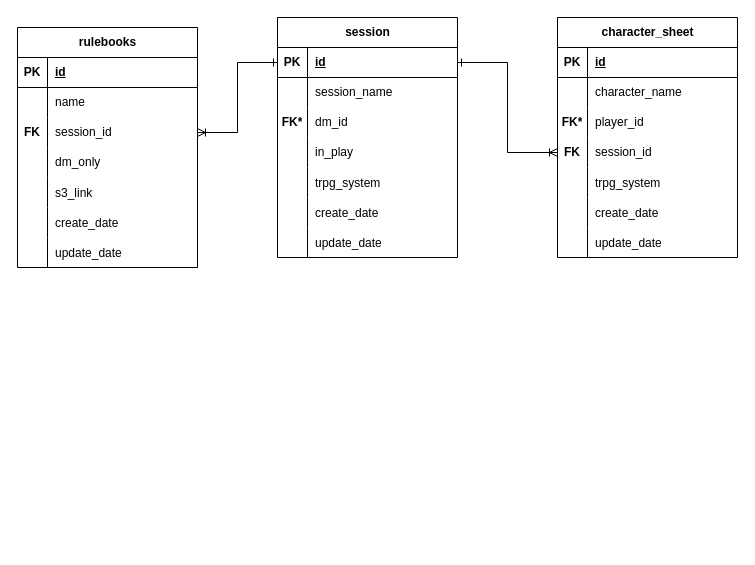
This is page "RPGTracker - Core" (1 of 5) of databasemodel.drawio from hannaBanannaOF/hbsites-architecture, a draw.io file, before an edit. Source tidied: cells renumbered, new cells numbered last; positions are measured from the earlier drawing's top-left corner, leaving out a move shared by most shapes. Both pictures are drawn from the tidied source at 100%, with x=0, y=0 at pixel (17, 17).
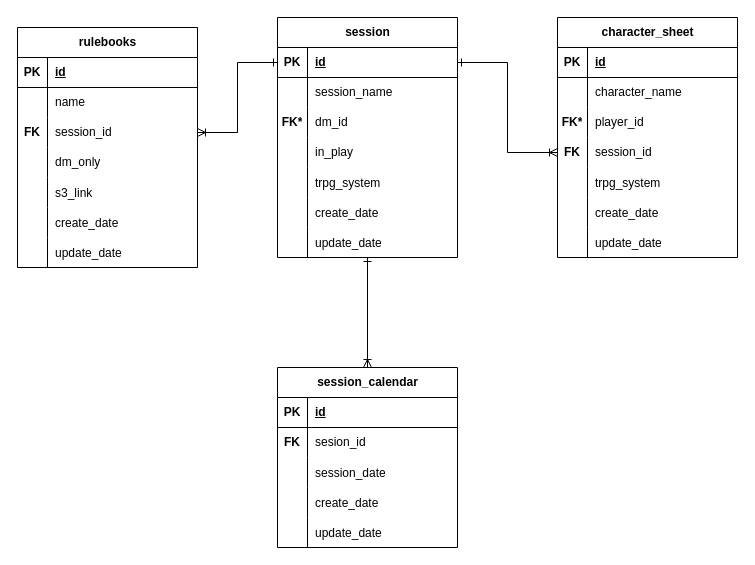
After the change.

The change refers to these unchanged cells:
```xml
<mxCell id="2" value="session" style="shape=table;startSize=30;childLayout=tableLayout;rowLines=0;fontStyle=1;align=center;html=1;" parent="1" vertex="1">
  <mxGeometry x="260" width="180" height="240" as="geometry" />
</mxCell>
```

Diff of the diagram source:
```diff
@@
+    <mxCell id="70" style="edgeStyle=orthogonalEdgeStyle;rounded=0;jettySize=auto;html=1;entryX=0.5;entryY=0;entryDx=0;entryDy=0;endArrow=ERoneToMany;endFill=0;startArrow=ERone;startFill=0;" parent="1" edge="1" source="2" target="71">
+      <mxGeometry relative="1" as="geometry" />
+    </mxCell>
@@
+    <mxCell id="71" value="session_calendar" style="shape=table;startSize=30;childLayout=tableLayout;rowLines=0;fontStyle=1;align=center;html=1;" parent="1" vertex="1">
+      <mxGeometry x="260" y="350" width="180" height="180" as="geometry" />
+    </mxCell>
+    <mxCell id="72" style="shape=tableRow;horizontal=0;startSize=0;swimlaneHead=0;swimlaneBody=0;fillColor=none;top=0;left=0;right=0;bottom=1;" parent="71" vertex="1">
+      <mxGeometry y="30" width="180" height="30" as="geometry" />
+    </mxCell>
+    <mxCell id="73" value="PK" style="shape=partialRectangle;fillColor=none;top=0;left=0;bottom=0;right=0;fontStyle=1;overflow=hidden;whiteSpace=wrap;html=1;" parent="72" vertex="1">
+      <mxGeometry width="30" height="30" as="geometry" />
+    </mxCell>
+    <mxCell id="74" value="id" style="shape=partialRectangle;fillColor=none;top=0;left=0;bottom=0;right=0;align=left;spacingLeft=6;fontStyle=5;overflow=hidden;whiteSpace=wrap;html=1;" parent="72" vertex="1">
+      <mxGeometry x="30" width="150" height="30" as="geometry" />
+    </mxCell>
+    <mxCell id="75" style="shape=tableRow;horizontal=0;startSize=0;swimlaneHead=0;swimlaneBody=0;fillColor=none;top=0;left=0;right=0;bottom=0;" parent="71" vertex="1">
+      <mxGeometry y="60" width="180" height="30" as="geometry" />
+    </mxCell>
+    <mxCell id="76" value="&lt;b&gt;FK&lt;/b&gt;" style="shape=partialRectangle;fillColor=none;top=0;left=0;bottom=0;right=0;overflow=hidden;whiteSpace=wrap;html=1;" parent="75" vertex="1">
+      <mxGeometry width="30" height="30" as="geometry" />
+    </mxCell>
+    <mxCell id="77" value="sesion_id" style="shape=partialRectangle;fillColor=none;top=0;left=0;bottom=0;right=0;align=left;spacingLeft=6;overflow=hidden;whiteSpace=wrap;html=1;" parent="75" vertex="1">
+      <mxGeometry x="30" width="150" height="30" as="geometry" />
+    </mxCell>
+    <mxCell id="78" style="shape=tableRow;horizontal=0;startSize=0;swimlaneHead=0;swimlaneBody=0;fillColor=none;top=0;left=0;right=0;bottom=0;" parent="71" vertex="1">
+      <mxGeometry y="90" width="180" height="30" as="geometry" />
+    </mxCell>
+    <mxCell id="79" style="shape=partialRectangle;fillColor=none;top=0;left=0;bottom=0;right=0;overflow=hidden;" parent="78" vertex="1">
+      <mxGeometry width="30" height="30" as="geometry" />
+    </mxCell>
+    <mxCell id="80" value="session_date" style="shape=partialRectangle;fillColor=none;top=0;left=0;bottom=0;right=0;align=left;spacingLeft=6;overflow=hidden;" parent="78" vertex="1">
+      <mxGeometry x="30" width="150" height="30" as="geometry" />
+    </mxCell>
+    <mxCell id="81" style="shape=tableRow;horizontal=0;startSize=0;swimlaneHead=0;swimlaneBody=0;fillColor=none;top=0;left=0;right=0;bottom=0;" parent="71" vertex="1">
+      <mxGeometry y="120" width="180" height="30" as="geometry" />
+    </mxCell>
+    <mxCell id="82" style="shape=partialRectangle;fillColor=none;top=0;left=0;bottom=0;right=0;overflow=hidden;" parent="81" vertex="1">
+      <mxGeometry width="30" height="30" as="geometry" />
+    </mxCell>
+    <mxCell id="83" value="create_date" style="shape=partialRectangle;fillColor=none;top=0;left=0;bottom=0;right=0;align=left;spacingLeft=6;overflow=hidden;" parent="81" vertex="1">
+      <mxGeometry x="30" width="150" height="30" as="geometry" />
+    </mxCell>
+    <mxCell id="84" style="shape=tableRow;horizontal=0;startSize=0;swimlaneHead=0;swimlaneBody=0;fillColor=none;top=0;left=0;right=0;bottom=0;" parent="71" vertex="1">
+      <mxGeometry y="150" width="180" height="30" as="geometry" />
+    </mxCell>
+    <mxCell id="85" style="shape=partialRectangle;fillColor=none;top=0;left=0;bottom=0;right=0;overflow=hidden;" parent="84" vertex="1">
+      <mxGeometry width="30" height="30" as="geometry" />
+    </mxCell>
+    <mxCell id="86" value="update_date" style="shape=partialRectangle;fillColor=none;top=0;left=0;bottom=0;right=0;align=left;spacingLeft=6;overflow=hidden;" parent="84" vertex="1">
+      <mxGeometry x="30" width="150" height="30" as="geometry" />
+    </mxCell>
```
